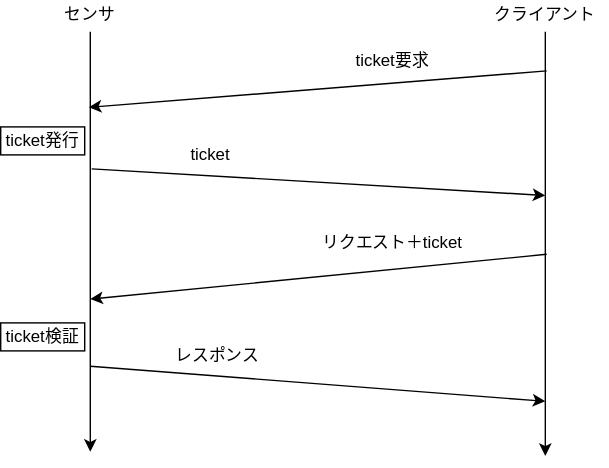
tetsukamen/drawing keeps this draw.io diagram as resume_suggestion_flow.drawio.svg. Above is the earlier version. Source tidied: cells renumbered, new cells last; positions are measured from the earlier drawing's top-left corner, leaving out a move shared by most shapes.
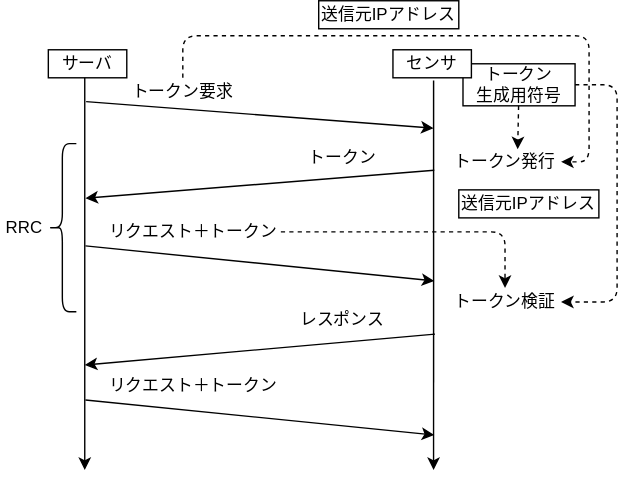
After the change.

Commit message:
レジュメ提案手法

Diff of the diagram source:
```diff
@@ -4,63 +4,114 @@
     <mxCell id="1" parent="0" />
     <mxCell id="2" style="endArrow=classic;html=1;exitX=0.5;exitY=1;exitDx=0;exitDy=0;" parent="1" edge="1">
       <mxGeometry relative="1" as="geometry">
-        <mxPoint x="64" y="22" as="sourcePoint" />
-        <mxPoint x="64" y="322" as="targetPoint" />
+        <mxPoint x="140" y="20" as="sourcePoint" />
+        <mxPoint x="140" y="300" as="targetPoint" />
       </mxGeometry>
     </mxCell>
     <mxCell id="3" style="endArrow=classic;html=1;exitX=0.493;exitY=1;exitDx=0;exitDy=0;exitPerimeter=0;" parent="1" edge="1">
       <mxGeometry relative="1" as="geometry">
         <mxPoint x="389" y="22" as="sourcePoint" />
-        <mxPoint x="389" y="325" as="targetPoint" />
+        <mxPoint x="389" y="300" as="targetPoint" />
       </mxGeometry>
     </mxCell>
     <mxCell id="4" style="endArrow=classic;html=1;" parent="1" edge="1">
-      <mxGeometry x="318" y="272" as="geometry">
-        <mxPoint x="390" y="50" as="sourcePoint" />
-        <mxPoint x="63" y="76" as="targetPoint" />
+      <mxGeometry x="317.5" y="308" as="geometry">
+        <mxPoint x="389.5" y="86" as="sourcePoint" />
+        <mxPoint x="140.5" y="106" as="targetPoint" />
       </mxGeometry>
     </mxCell>
-    <mxCell id="5" style="endArrow=none;html=1;endFill=0;startArrow=classic;startFill=1;" parent="1" edge="1">
-      <mxGeometry x="310" y="310" as="geometry">
-        <mxPoint x="389" y="139" as="sourcePoint" />
-        <mxPoint x="65" y="120" as="targetPoint" />
+    <mxCell id="5" style="endArrow=none;html=1;endFill=0;startArrow=classic;startFill=1;fontStyle=1;" parent="1" edge="1">
+      <mxGeometry x="310" y="227" as="geometry">
+        <mxPoint x="389" y="56" as="sourcePoint" />
+        <mxPoint x="141" y="37" as="targetPoint" />
       </mxGeometry>
     </mxCell>
     <mxCell id="6" style="endArrow=classic;html=1;" parent="1" edge="1">
-      <mxGeometry x="310" y="374" as="geometry">
-        <mxPoint x="390" y="181" as="sourcePoint" />
-        <mxPoint x="64" y="213" as="targetPoint" />
+      <mxGeometry x="310" y="396" as="geometry">
+        <mxPoint x="390" y="203" as="sourcePoint" />
+        <mxPoint x="140" y="225" as="targetPoint" />
       </mxGeometry>
     </mxCell>
     <mxCell id="7" style="endArrow=none;html=1;endFill=0;startArrow=classic;startFill=1;" parent="1" edge="1">
-      <mxGeometry x="310" y="485" as="geometry">
-        <mxPoint x="389" y="286" as="sourcePoint" />
-        <mxPoint x="64" y="261" as="targetPoint" />
+      <mxGeometry x="310.5" y="364" as="geometry">
+        <mxPoint x="389.5" y="165" as="sourcePoint" />
+        <mxPoint x="140.5" y="140" as="targetPoint" />
       </mxGeometry>
     </mxCell>
-    <mxCell id="8" value="センサ" style="text;html=1;strokeColor=none;fillColor=none;align=center;verticalAlign=middle;whiteSpace=wrap;rounded=0;" parent="1" vertex="1">
-      <mxGeometry x="44" width="40" height="20" as="geometry" />
+    <mxCell id="8" value="サーバ" style="text;html=1;strokeColor=default;fillColor=none;align=center;verticalAlign=middle;whiteSpace=wrap;rounded=0;" parent="1" vertex="1">
+      <mxGeometry x="114" width="56" height="20" as="geometry" />
     </mxCell>
-    <mxCell id="9" value="クライアント" style="text;html=1;strokeColor=none;fillColor=none;align=center;verticalAlign=middle;whiteSpace=wrap;rounded=0;" parent="1" vertex="1">
-      <mxGeometry x="344" width="90" height="20" as="geometry" />
-    </mxCell>
-    <mxCell id="10" value="ticket要求" style="text;html=1;strokeColor=none;fillColor=none;align=center;verticalAlign=middle;whiteSpace=wrap;rounded=0;" parent="1" vertex="1">
-      <mxGeometry x="250" y="33" width="60" height="20" as="geometry" />
+    <mxCell id="10" value="トークン要求" style="text;html=1;strokeColor=none;fillColor=none;align=center;verticalAlign=middle;whiteSpace=wrap;rounded=0;" parent="1" vertex="1">
+      <mxGeometry x="170" y="20" width="80" height="20" as="geometry" />
     </mxCell>
-    <mxCell id="11" value="ticket" style="text;html=1;strokeColor=none;fillColor=none;align=center;verticalAlign=middle;whiteSpace=wrap;rounded=0;" parent="1" vertex="1">
-      <mxGeometry x="130" y="100" width="40" height="20" as="geometry" />
+    <mxCell id="11" value="トークン" style="text;html=1;strokeColor=none;fillColor=none;align=center;verticalAlign=middle;whiteSpace=wrap;rounded=0;" parent="1" vertex="1">
+      <mxGeometry x="298.5" y="67" width="50" height="20" as="geometry" />
     </mxCell>
-    <mxCell id="12" value="リクエスト＋ticket" style="text;html=1;strokeColor=none;fillColor=none;align=center;verticalAlign=middle;whiteSpace=wrap;rounded=0;" parent="1" vertex="1">
-      <mxGeometry x="225" y="163" width="110" height="20" as="geometry" />
+    <mxCell id="12" value="リクエスト＋トークン" style="text;html=1;strokeColor=none;fillColor=none;align=center;verticalAlign=middle;whiteSpace=wrap;rounded=0;" parent="1" vertex="1">
+      <mxGeometry x="155" y="120" width="125" height="20" as="geometry" />
     </mxCell>
     <mxCell id="13" value="レスポンス" style="text;html=1;strokeColor=none;fillColor=none;align=center;verticalAlign=middle;whiteSpace=wrap;rounded=0;" parent="1" vertex="1">
-      <mxGeometry x="115" y="244" width="80" height="20" as="geometry" />
+      <mxGeometry x="283.5" y="193" width="80" as="geometry" />
     </mxCell>
-    <mxCell id="14" value="ticket発行" style="rounded=0;whiteSpace=wrap;html=1;" parent="1" vertex="1">
-      <mxGeometry y="90" width="60" height="20" as="geometry" />
+    <mxCell id="14" value="トークン発行" style="rounded=0;whiteSpace=wrap;html=1;strokeColor=none;fillColor=none;" parent="1" vertex="1">
+      <mxGeometry x="400" y="70" width="80" height="20" as="geometry" />
     </mxCell>
-    <mxCell id="15" value="ticket検証" style="rounded=0;whiteSpace=wrap;html=1;" parent="1" vertex="1">
-      <mxGeometry y="230" width="60" height="20" as="geometry" />
+    <mxCell id="15" value="トークン検証" style="rounded=0;whiteSpace=wrap;html=1;fillColor=none;strokeColor=none;" parent="1" vertex="1">
+      <mxGeometry x="400" y="170" width="80" height="20" as="geometry" />
     </mxCell>
+    <mxCell id="16" style="endArrow=classic;html=1;exitX=0.5;exitY=0;exitDx=0;exitDy=0;entryX=1;entryY=0.5;entryDx=0;entryDy=0;dashed=1;" parent="1" edge="1" source="10" target="14">
+      <mxGeometry relative="1" as="geometry">
+        <Array as="points">
+          <mxPoint x="210" y="-10" />
+          <mxPoint x="500" y="-10" />
+          <mxPoint x="500" y="80" />
+        </Array>
+      </mxGeometry>
+    </mxCell>
+    <mxCell id="17" style="edgeStyle=none;html=1;entryX=0.613;entryY=0.05;entryDx=0;entryDy=0;entryPerimeter=0;dashed=1;" parent="1" edge="1" source="19" target="14">
+      <mxGeometry relative="1" as="geometry" />
+    </mxCell>
+    <mxCell id="18" style="edgeStyle=none;html=1;entryX=1;entryY=0.5;entryDx=0;entryDy=0;dashed=1;exitX=1;exitY=0.5;exitDx=0;exitDy=0;" parent="1" edge="1" source="19" target="15">
+      <mxGeometry relative="1" as="geometry">
+        <Array as="points">
+          <mxPoint x="520" y="25" />
+          <mxPoint x="520" y="180" />
+        </Array>
+      </mxGeometry>
+    </mxCell>
+    <mxCell id="19" value="トークン&lt;br&gt;生成用符号" style="rounded=0;whiteSpace=wrap;html=1;" parent="1" vertex="1">
+      <mxGeometry x="410" y="10" width="80" height="30" as="geometry" />
+    </mxCell>
+    <mxCell id="9" value="センサ" style="text;html=1;align=center;verticalAlign=middle;whiteSpace=wrap;rounded=0;strokeColor=default;fillColor=default;" parent="1" vertex="1">
+      <mxGeometry x="360" width="56" height="20" as="geometry" />
+    </mxCell>
+    <mxCell id="20" style="endArrow=classic;html=1;exitX=1;exitY=0.5;exitDx=0;exitDy=0;entryX=0.5;entryY=0;entryDx=0;entryDy=0;dashed=1;" parent="1" edge="1" source="12" target="15">
+      <mxGeometry relative="1" as="geometry">
+        <Array as="points">
+          <mxPoint x="440" y="130" />
+        </Array>
+      </mxGeometry>
+    </mxCell>
+    <mxCell id="21" value="送信元IPアドレス" style="rounded=0;whiteSpace=wrap;html=1;" parent="1" vertex="1">
+      <mxGeometry x="307" y="-35" width="100" height="20" as="geometry" />
+    </mxCell>
+    <mxCell id="22" value="送信元IPアドレス" style="rounded=0;whiteSpace=wrap;html=1;" parent="1" vertex="1">
+      <mxGeometry x="407" y="100" width="100" height="20" as="geometry" />
+    </mxCell>
+    <mxCell id="23" style="endArrow=none;html=1;endFill=0;startArrow=classic;startFill=1;" parent="1" edge="1">
+      <mxGeometry x="310.5" y="474" as="geometry">
+        <mxPoint x="389.5" y="275" as="sourcePoint" />
+        <mxPoint x="140.5" y="250" as="targetPoint" />
+      </mxGeometry>
+    </mxCell>
+    <mxCell id="24" value="リクエスト＋トークン" style="text;html=1;strokeColor=none;fillColor=none;align=center;verticalAlign=middle;whiteSpace=wrap;rounded=0;" parent="1" vertex="1">
+      <mxGeometry x="155" y="230" width="125" height="20" as="geometry" />
+    </mxCell>
+    <mxCell id="25" style="shape=curlyBracket;whiteSpace=wrap;html=1;rounded=1;strokeColor=default;fillColor=none;" parent="1" vertex="1">
+      <mxGeometry x="114" y="67" width="20" height="120" as="geometry" />
+    </mxCell>
+    <mxCell id="26" value="RRC" style="text;html=1;strokeColor=none;fillColor=none;align=center;verticalAlign=middle;whiteSpace=wrap;rounded=0;" parent="1" vertex="1">
+      <mxGeometry x="80" y="117" width="34" height="20" as="geometry" />
+    </mxCell>
   </root>
 </mxGraphModel>
```
